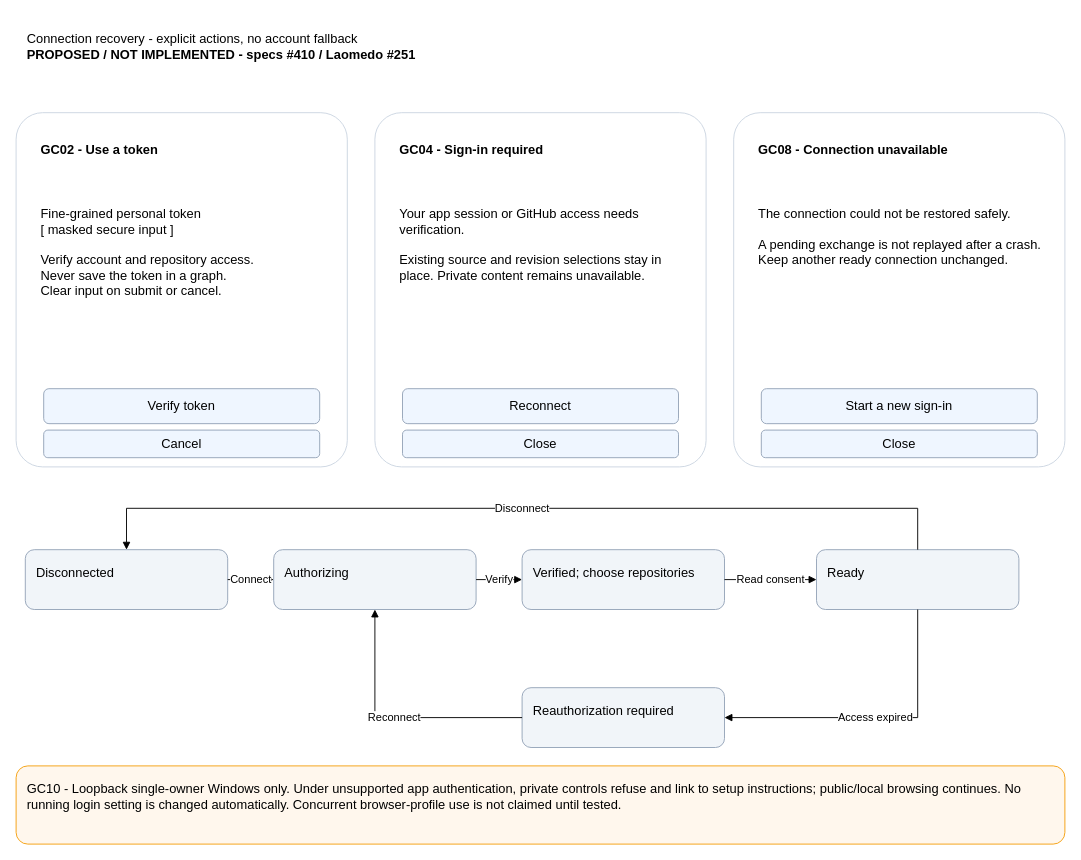
The draw.io diagram page "GC02, GC04, GC08-GC10 - Recovery and lifecycle" (3 of 7) of projects/laomedo/subsystems/agent-execution/design/github-account-connections.drawio in amadou-6e/specs, before the edit. Source tidied: cells renumbered, new cells numbered last; positions are measured from the earlier drawing's top-left corner, leaving out a move shared by most shapes. Both pictures are drawn from the tidied source at 92%, with x=0, y=0 at pixel (16, 16).
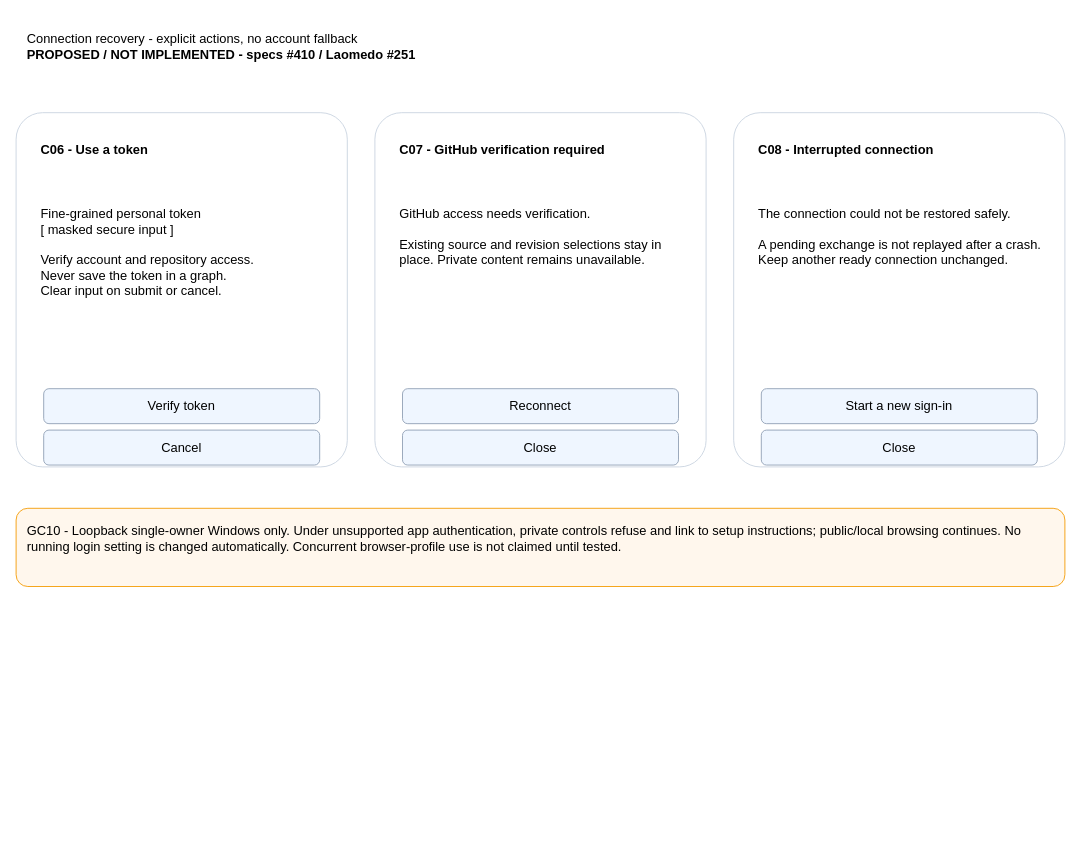
The same diagram, later.

Commit message (it also covers changes not shown here):
spec: close private broker trust and connection-state design gaps

Change to the diagram source:
```diff
@@
-    <mxCell id="4" value="&lt;b&gt;GC02 - Use a token&lt;/b&gt;" style="whiteSpace=wrap;html=1;fontFamily=Arial;fontSize=14;align=left;verticalAlign=top;spacing=12;text;strokeColor=none;fillColor=none;" parent="1" vertex="1">
+    <mxCell id="4" value="&lt;b&gt;C06 - Use a token&lt;/b&gt;" style="whiteSpace=wrap;html=1;fontFamily=Arial;fontSize=14;align=left;verticalAlign=top;spacing=12;text;strokeColor=none;fillColor=none;" parent="1" vertex="1">
       <mxGeometry x="15" y="120" width="330" height="55" as="geometry" />
     </mxCell>
@@
     <mxCell id="7" value="Cancel" style="whiteSpace=wrap;html=1;fontFamily=Arial;fontSize=14;align=left;verticalAlign=top;spacing=12;rounded=1;fillColor=#EFF6FF;strokeColor=#94A3B8;align=center;verticalAlign=middle;spacing=4;" parent="1" vertex="1">
-      <mxGeometry x="30" y="450" width="300" height="30" as="geometry" />
+      <mxGeometry x="30" y="450" width="300" height="38" as="geometry" />
     </mxCell>
@@
-    <mxCell id="9" value="&lt;b&gt;GC04 - Sign-in required&lt;/b&gt;" style="whiteSpace=wrap;html=1;fontFamily=Arial;fontSize=14;align=left;verticalAlign=top;spacing=12;text;strokeColor=none;fillColor=none;" parent="1" vertex="1">
+    <mxCell id="9" value="&lt;b&gt;C07 - GitHub verification required&lt;/b&gt;" style="whiteSpace=wrap;html=1;fontFamily=Arial;fontSize=14;align=left;verticalAlign=top;spacing=12;text;strokeColor=none;fillColor=none;" parent="1" vertex="1">
       <mxGeometry x="405" y="120" width="330" height="55" as="geometry" />
     </mxCell>
-    <mxCell id="10" value="Your app session or GitHub access needs verification.&lt;br/&gt;&lt;br/&gt;Existing source and revision selections stay in place. Private content remains unavailable." style="whiteSpace=wrap;html=1;fontFamily=Arial;fontSize=14;align=left;verticalAlign=top;spacing=12;text;strokeColor=none;fillColor=none;" parent="1" vertex="1">
+    <mxCell id="10" value="GitHub access needs verification.&lt;br/&gt;&lt;br/&gt;Existing source and revision selections stay in place. Private content remains unavailable." style="whiteSpace=wrap;html=1;fontFamily=Arial;fontSize=14;align=left;verticalAlign=top;spacing=12;text;strokeColor=none;fillColor=none;" parent="1" vertex="1">
       <mxGeometry x="405" y="190" width="330" height="195" as="geometry" />
     </mxCell>
@@
     <mxCell id="12" value="Close" style="whiteSpace=wrap;html=1;fontFamily=Arial;fontSize=14;align=left;verticalAlign=top;spacing=12;rounded=1;fillColor=#EFF6FF;strokeColor=#94A3B8;align=center;verticalAlign=middle;spacing=4;" parent="1" vertex="1">
-      <mxGeometry x="420" y="450" width="300" height="30" as="geometry" />
+      <mxGeometry x="420" y="450" width="300" height="38" as="geometry" />
     </mxCell>
@@
-    <mxCell id="14" value="&lt;b&gt;GC08 - Connection unavailable&lt;/b&gt;" style="whiteSpace=wrap;html=1;fontFamily=Arial;fontSize=14;align=left;verticalAlign=top;spacing=12;text;strokeColor=none;fillColor=none;" parent="1" vertex="1">
+    <mxCell id="14" value="&lt;b&gt;C08 - Interrupted connection&lt;/b&gt;" style="whiteSpace=wrap;html=1;fontFamily=Arial;fontSize=14;align=left;verticalAlign=top;spacing=12;text;strokeColor=none;fillColor=none;" parent="1" vertex="1">
       <mxGeometry x="795" y="120" width="330" height="55" as="geometry" />
     </mxCell>
@@
     <mxCell id="17" value="Close" style="whiteSpace=wrap;html=1;fontFamily=Arial;fontSize=14;align=left;verticalAlign=top;spacing=12;rounded=1;fillColor=#EFF6FF;strokeColor=#94A3B8;align=center;verticalAlign=middle;spacing=4;" parent="1" vertex="1">
-      <mxGeometry x="810" y="450" width="300" height="30" as="geometry" />
+      <mxGeometry x="810" y="450" width="300" height="38" as="geometry" />
     </mxCell>
-    <mxCell id="18" value="Disconnected" style="whiteSpace=wrap;html=1;fontFamily=Arial;fontSize=14;align=left;verticalAlign=top;spacing=12;rounded=1;fillColor=#F1F5F9;strokeColor=#94A3B8;" parent="1" vertex="1">
-      <mxGeometry x="10" y="580" width="220" height="65" as="geometry" />
-    </mxCell>
-    <mxCell id="19" value="Authorizing" style="whiteSpace=wrap;html=1;fontFamily=Arial;fontSize=14;align=left;verticalAlign=top;spacing=12;rounded=1;fillColor=#F1F5F9;strokeColor=#94A3B8;" parent="1" vertex="1">
-      <mxGeometry x="280" y="580" width="220" height="65" as="geometry" />
-    </mxCell>
-    <mxCell id="20" value="Verified; choose repositories" style="whiteSpace=wrap;html=1;fontFamily=Arial;fontSize=14;align=left;verticalAlign=top;spacing=12;rounded=1;fillColor=#F1F5F9;strokeColor=#94A3B8;" parent="1" vertex="1">
-      <mxGeometry x="550" y="580" width="220" height="65" as="geometry" />
-    </mxCell>
-    <mxCell id="21" value="Ready" style="whiteSpace=wrap;html=1;fontFamily=Arial;fontSize=14;align=left;verticalAlign=top;spacing=12;rounded=1;fillColor=#F1F5F9;strokeColor=#94A3B8;" parent="1" vertex="1">
-      <mxGeometry x="870" y="580" width="220" height="65" as="geometry" />
-    </mxCell>
-    <mxCell id="22" value="Reauthorization required" style="whiteSpace=wrap;html=1;fontFamily=Arial;fontSize=14;align=left;verticalAlign=top;spacing=12;rounded=1;fillColor=#F1F5F9;strokeColor=#94A3B8;" parent="1" vertex="1">
-      <mxGeometry x="550" y="730" width="220" height="65" as="geometry" />
-    </mxCell>
-    <mxCell id="23" value="Connect" style="edgeStyle=orthogonalEdgeStyle;rounded=0;html=1;endArrow=block;fontFamily=Arial;fontSize=12;exitX=1;exitY=0.5;entryX=0;entryY=0.5;labelBackgroundColor=#FFFFFF;" parent="1" edge="1" source="18" target="19">
-      <mxGeometry relative="1" as="geometry" />
-    </mxCell>
-    <mxCell id="24" value="Verify" style="edgeStyle=orthogonalEdgeStyle;rounded=0;html=1;endArrow=block;fontFamily=Arial;fontSize=12;exitX=1;exitY=0.5;entryX=0;entryY=0.5;labelBackgroundColor=#FFFFFF;" parent="1" edge="1" source="19" target="20">
-      <mxGeometry relative="1" as="geometry" />
-    </mxCell>
-    <mxCell id="25" value="Read consent" style="edgeStyle=orthogonalEdgeStyle;rounded=0;html=1;endArrow=block;fontFamily=Arial;fontSize=12;exitX=1;exitY=0.5;entryX=0;entryY=0.5;labelBackgroundColor=#FFFFFF;" parent="1" edge="1" source="20" target="21">
-      <mxGeometry relative="1" as="geometry" />
-    </mxCell>
-    <mxCell id="26" value="Access expired" style="edgeStyle=orthogonalEdgeStyle;rounded=0;html=1;endArrow=block;fontFamily=Arial;fontSize=12;exitX=0.5;exitY=1;entryX=1;entryY=0.5;labelBackgroundColor=#FFFFFF;" parent="1" edge="1" source="21" target="22">
-      <mxGeometry relative="1" as="geometry">
-        <Array as="points">
-          <mxPoint x="980" y="762" />
-        </Array>
-      </mxGeometry>
-    </mxCell>
-    <mxCell id="27" value="Reconnect" style="edgeStyle=orthogonalEdgeStyle;rounded=0;html=1;endArrow=block;fontFamily=Arial;fontSize=12;exitX=0;exitY=0.5;entryX=0.5;entryY=1;labelBackgroundColor=#FFFFFF;" parent="1" edge="1" source="22" target="19">
-      <mxGeometry relative="1" as="geometry">
-        <Array as="points">
-          <mxPoint x="390" y="762" />
-        </Array>
-      </mxGeometry>
-    </mxCell>
-    <mxCell id="28" value="Disconnect" style="edgeStyle=orthogonalEdgeStyle;rounded=0;html=1;endArrow=block;fontFamily=Arial;fontSize=12;exitX=0.5;exitY=0;entryX=0.5;entryY=0;labelBackgroundColor=#FFFFFF;" parent="1" edge="1" source="21" target="18">
-      <mxGeometry relative="1" as="geometry">
-        <Array as="points">
-          <mxPoint x="980" y="535" />
-          <mxPoint x="120" y="535" />
-        </Array>
-      </mxGeometry>
-    </mxCell>
     <mxCell id="29" value="GC10 - Loopback single-owner Windows only. Under unsupported app authentication, private controls refuse and link to setup instructions; public/local browsing continues. No running login setting is changed automatically. Concurrent browser-profile use is not claimed until tested." style="whiteSpace=wrap;html=1;fontFamily=Arial;fontSize=14;align=left;verticalAlign=top;spacing=12;rounded=1;fillColor=#FFF7ED;strokeColor=#F59E0B;" parent="1" vertex="1">
-      <mxGeometry y="815" width="1140" height="85" as="geometry" />
+      <mxGeometry y="535" width="1140" height="85" as="geometry" />
     </mxCell>
```
